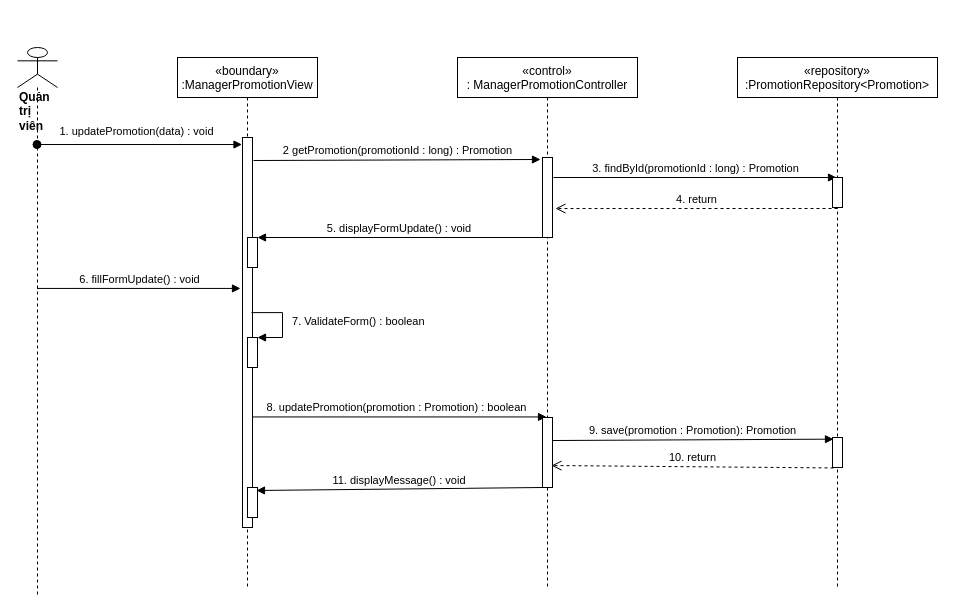
This is sequence diagram/update-promotion-manager-sequence (1).drawio from nguyenphamvan/datn_20202, a draw.io file, before an edit. Source tidied: cells renumbered, new cells numbered last; positions are measured from the earlier drawing's top-left corner, leaving out a move shared by most shapes. Both pictures are drawn from the tidied source at 100%, with x=0, y=0 at pixel (17, 47).
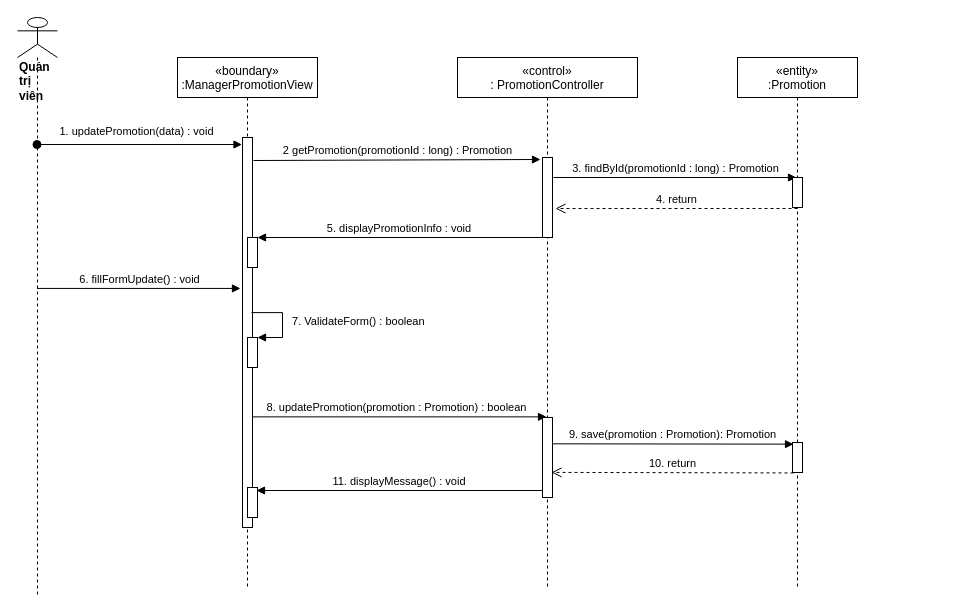
Above is the later version.

The change refers to these unchanged cells:
```xml
<mxCell id="16" style="html=1;points=[];perimeter=orthogonalPerimeter;" parent="1" vertex="1">
  <mxGeometry x="525" y="110" width="10" height="80" as="geometry" />
</mxCell>
<mxCell id="21" style="html=1;points=[];perimeter=orthogonalPerimeter;" parent="1" vertex="1">
  <mxGeometry x="230" y="190" width="10" height="30" as="geometry" />
</mxCell>
```

Change to the diagram source:
```diff
@@
-    <mxCell id="5" value="«control»&#10;: ManagerPromotionController" style="shape=umlLifeline;perimeter=lifelinePerimeter;rounded=0;shadow=0;strokeWidth=1;" parent="1" vertex="1">
+    <mxCell id="5" value="«control»&#10;: PromotionController" style="shape=umlLifeline;perimeter=lifelinePerimeter;rounded=0;shadow=0;strokeWidth=1;" parent="1" vertex="1">
       <mxGeometry x="440" y="10" width="180" height="530" as="geometry" />
     </mxCell>
     <mxCell id="6" value="&lt;div&gt;&lt;b&gt;Quản trị viên&lt;/b&gt;&lt;/div&gt;" style="shape=umlLifeline;participant=umlActor;perimeter=lifelinePerimeter;whiteSpace=wrap;html=1;verticalAlign=top;spacingTop=36;outlineConnect=0;align=left;size=40;" parent="1" vertex="1">
-      <mxGeometry width="40" height="550" as="geometry" />
+      <mxGeometry y="-30" width="40" height="580" as="geometry" />
     </mxCell>
@@
-    <mxCell id="10" value="«repository»&#10;:PromotionRepository&lt;Promotion&gt;" style="shape=umlLifeline;perimeter=lifelinePerimeter;rounded=0;shadow=0;strokeWidth=1;" parent="1" vertex="1">
-      <mxGeometry x="720" y="10" width="200" height="530" as="geometry" />
+    <mxCell id="10" value="«entity»&#10;:Promotion" style="shape=umlLifeline;perimeter=lifelinePerimeter;rounded=0;shadow=0;strokeWidth=1;" parent="1" vertex="1">
+      <mxGeometry x="720" y="10" width="120" height="530" as="geometry" />
     </mxCell>
@@
     <mxCell id="13" style="points=[];perimeter=orthogonalPerimeter;rounded=0;shadow=0;strokeWidth=1;" parent="1" vertex="1">
-      <mxGeometry x="525" y="370" width="10" height="70" as="geometry" />
+      <mxGeometry x="525" y="370" width="10" height="80" as="geometry" />
     </mxCell>
     <mxCell id="14" style="points=[];perimeter=orthogonalPerimeter;rounded=0;shadow=0;strokeWidth=1;" parent="1" vertex="1">
-      <mxGeometry x="815" y="390" width="10" height="30" as="geometry" />
+      <mxGeometry x="775" y="395" width="10" height="30" as="geometry" />
     </mxCell>
@@
     <mxCell id="18" style="html=1;points=[];perimeter=orthogonalPerimeter;" parent="1" vertex="1">
-      <mxGeometry x="815" y="130" width="10" height="30" as="geometry" />
+      <mxGeometry x="775" y="130" width="10" height="30" as="geometry" />
     </mxCell>
@@
-    <mxCell id="20" value="5. displayFormUpdate() : void" style="verticalAlign=bottom;endArrow=block;shadow=0;strokeWidth=1;" parent="1" edge="1" source="16" target="21">
+    <mxCell id="20" value="5. displayPromotionInfo : void" style="verticalAlign=bottom;endArrow=block;shadow=0;strokeWidth=1;" parent="1" edge="1" source="16" target="21">
       <mxGeometry relative="1" as="geometry" />
     </mxCell>
```
